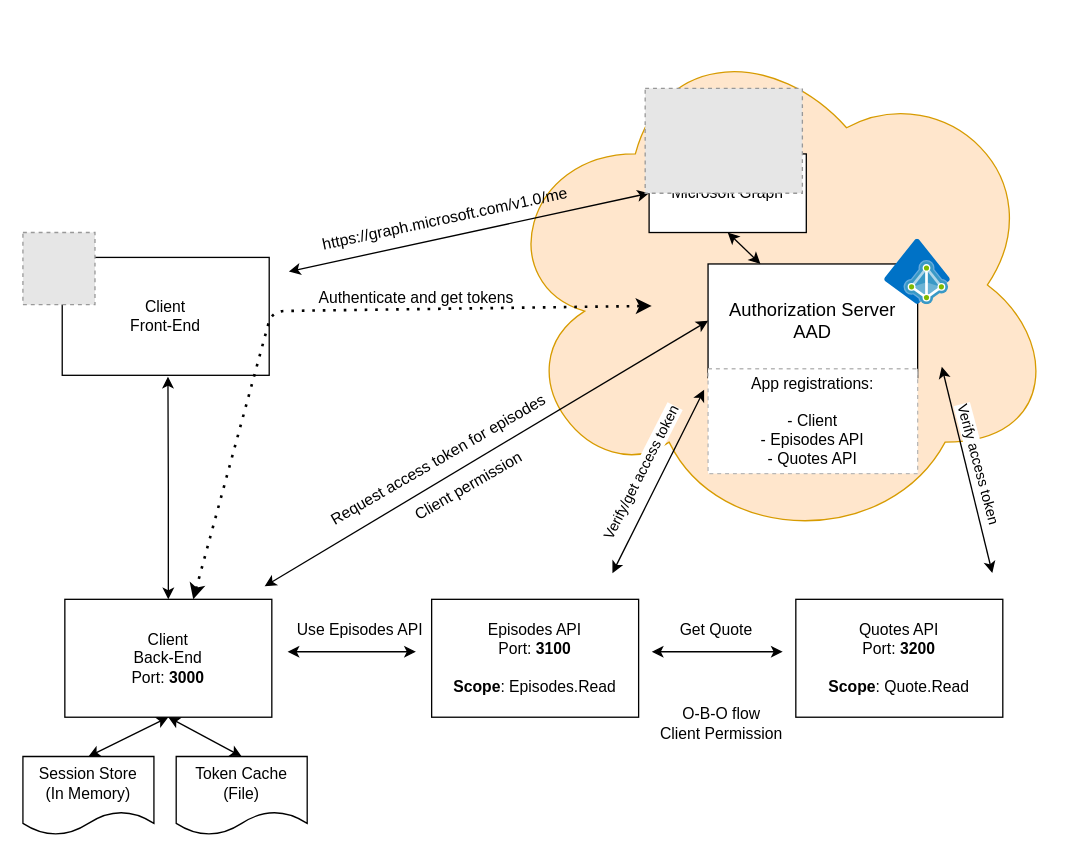
The draw.io diagram scenario/doc/images/pawa-scenario.drawio in larskaare/pawa-system-testing, before the edit. Source tidied: cells renumbered, new cells numbered last; positions are measured from the earlier drawing's top-left corner, leaving out a move shared by most shapes. Both pictures are drawn from the tidied source at 131%, with x=0, y=0 at pixel (22, 22). Pictures stored in the file or linked from it are replaced by grey dashed boxes.
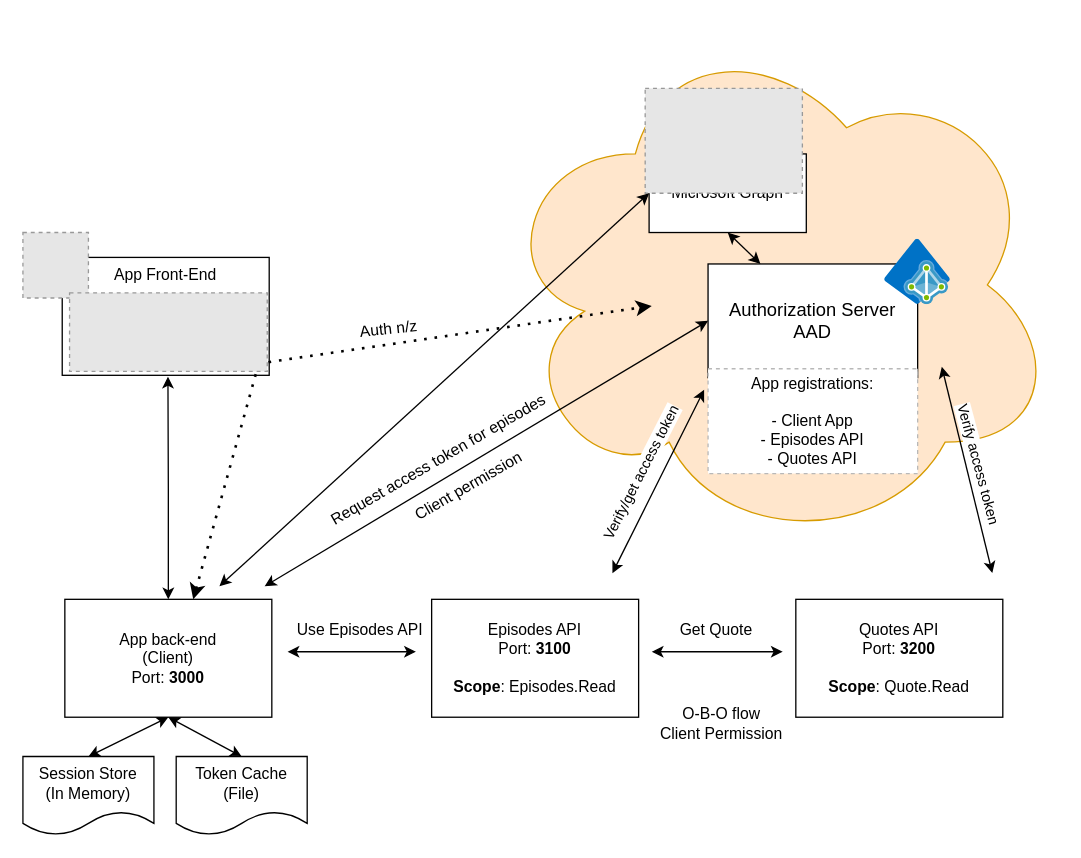
Above is the later version.

Unchanged cells that the change refers to:
```xml
<mxCell id="21" value="Microsoft Graph" style="rounded=0;whiteSpace=wrap;html=1;" parent="1" vertex="1">
  <mxGeometry x="478" y="100" width="120" height="60" as="geometry" />
</mxCell>
```

Diff of the diagram source:
```diff
@@
-    <mxCell id="3" value="Client&lt;br&gt;Front-End" style="rounded=0;whiteSpace=wrap;html=1;" parent="1" vertex="1">
+    <mxCell id="3" value="App Front-End" style="rounded=0;whiteSpace=wrap;html=1;horizontal=1;verticalAlign=top;" parent="1" vertex="1">
       <mxGeometry x="30" y="179" width="158" height="90" as="geometry" />
     </mxCell>
@@
-    <mxCell id="7" value="Client&lt;br&gt;Back-End&lt;br&gt;Port: &lt;b&gt;3000&lt;/b&gt;" style="rounded=0;whiteSpace=wrap;html=1;" parent="1" vertex="1">
+    <mxCell id="7" value="App back-end&lt;br&gt;(Client)&lt;br&gt;Port: &lt;b&gt;3000&lt;/b&gt;" style="rounded=0;whiteSpace=wrap;html=1;" parent="1" vertex="1">
       <mxGeometry x="32" y="440" width="158" height="90" as="geometry" />
     </mxCell>
@@
-    <mxCell id="9" value="App registrations:&lt;br&gt;&lt;br&gt;- Client&lt;br&gt;- Episodes API&lt;br&gt;- Quotes API" style="rounded=0;whiteSpace=wrap;html=1;shadow=0;align=center;strokeColor=#B8B8B8;dashed=1;" parent="1" vertex="1">
+    <mxCell id="9" value="App registrations:&lt;br&gt;&lt;br&gt;- Client App&lt;br&gt;- Episodes API&lt;br&gt;- Quotes API" style="rounded=0;whiteSpace=wrap;html=1;shadow=0;align=center;strokeColor=#B8B8B8;dashed=1;" parent="1" vertex="1">
       <mxGeometry x="523" y="264" width="160" height="80" as="geometry" />
     </mxCell>
@@
-    <mxCell id="13" value="Authenticate and get tokens" style="text;html=1;align=center;verticalAlign=middle;" parent="1" vertex="1">
-      <mxGeometry x="220" y="200" width="160" height="20" as="geometry" />
+    <mxCell id="13" value="Auth n/z" style="text;html=1;align=center;verticalAlign=middle;rotation=354;" parent="1" vertex="1">
+      <mxGeometry x="244" y="219" width="70" height="30" as="geometry" />
     </mxCell>
@@
-    <mxCell id="22" style="endArrow=classic;startArrow=classic;html=1;entryX=0;entryY=0.5;entryDx=0;entryDy=0;" parent="1" edge="1" target="21">
-      <mxGeometry relative="1" as="geometry">
-        <mxPoint x="203" y="189.8" as="sourcePoint" />
-      </mxGeometry>
-    </mxCell>
-    <mxCell id="23" value="&lt;span class=&quot;pl-s&quot;&gt;https://graph.microsoft.com/v1.0/me&lt;/span&gt;" style="text;html=1;align=center;verticalAlign=middle;rotation=348;" parent="1" vertex="1">
-      <mxGeometry x="217" y="140" width="210" height="20" as="geometry" />
-    </mxCell>
@@
     <mxCell id="25" style="fillColor=#E6E6E6;strokeColor=#999999;dashed=1;verticalLabelPosition=bottom;labelBackgroundColor=#ffffff;verticalAlign=top;" parent="1" vertex="1">
-      <mxGeometry y="160" width="55" height="55" as="geometry" />
+      <mxGeometry y="160" width="50" height="50" as="geometry" />
     </mxCell>
@@
     <mxCell id="27" style="endArrow=classic;dashed=1;html=1;dashPattern=1 3;strokeWidth=2;strokeColor=#000000;startArrow=classic;startFill=1;endFill=1;" parent="1" edge="1">
       <mxGeometry relative="1" as="geometry">
         <mxPoint x="130" y="440" as="sourcePoint" />
         <mxPoint x="480" y="216" as="targetPoint" />
         <Array as="points">
-          <mxPoint x="190" y="220" />
+          <mxPoint x="180" y="260" />
         </Array>
       </mxGeometry>
     </mxCell>
@@
+    <mxCell id="35" style="fillColor=#E6E6E6;strokeColor=#999999;dashed=1;verticalLabelPosition=bottom;labelBackgroundColor=default;verticalAlign=top;" parent="1" vertex="1">
+      <mxGeometry x="35.6" y="206" width="150.9" height="60" as="geometry" />
+    </mxCell>
+    <mxCell id="22" style="endArrow=classic;startArrow=classic;html=1;entryX=0;entryY=0.5;entryDx=0;entryDy=0;" parent="1" edge="1" target="21">
+      <mxGeometry relative="1" as="geometry">
+        <mxPoint x="150" y="430" as="sourcePoint" />
+      </mxGeometry>
+    </mxCell>
```
